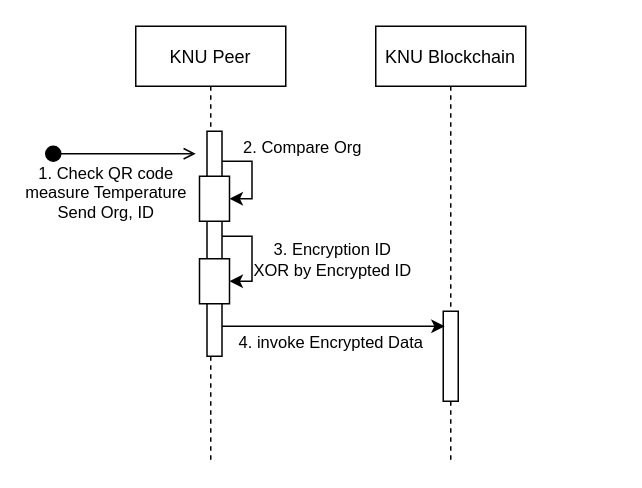
Above: page "check same org" (2 of 3) of Sequence Diagram.drawio in GunhyungKim/TrackingSystem (draw.io), before the change. Source tidied: cells renumbered, new cells numbered last; positions are measured from the earlier drawing's top-left corner, leaving out a move shared by most shapes. Both pictures are drawn from the tidied source at 150%, with x=0, y=0 at pixel (45, 26).
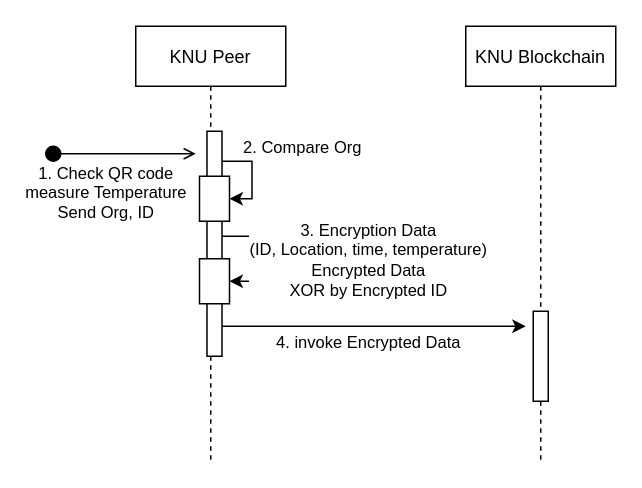
The same diagram, later.

The change refers to these unchanged cells:
```xml
<mxCell id="10" style="edgeStyle=orthogonalEdgeStyle;rounded=0;jettySize=auto;html=1;entryX=1;entryY=0.5;entryDx=0;entryDy=0;" parent="1" edge="1" source="12" target="14">
  <mxGeometry relative="1" as="geometry">
    <Array as="points">
      <mxPoint x="137.5" y="140" />
      <mxPoint x="137.5" y="170" />
    </Array>
  </mxGeometry>
</mxCell>
<mxCell id="12" style="rounded=0;whiteSpace=wrap;html=1;" parent="1" vertex="1">
  <mxGeometry x="107.5" y="70" width="10" height="150" as="geometry" />
</mxCell>
```

Change to the diagram source:
```diff
@@
     <mxCell id="2" value="KNU Blockchain" style="shape=umlLifeline;perimeter=lifelinePerimeter;rounded=0;shadow=0;strokeWidth=1;" parent="1" vertex="1">
-      <mxGeometry x="220" width="100" height="290" as="geometry" />
+      <mxGeometry x="280" width="100" height="290" as="geometry" />
     </mxCell>
@@
-    <mxCell id="11" value="3. Encryption ID&lt;br&gt;XOR by Encrypted ID" style="edgeLabel;html=1;align=center;verticalAlign=middle;" parent="10" vertex="1">
+    <mxCell id="11" value="3. Encryption Data&lt;br&gt;(ID, Location, time, temperature)&lt;br&gt;Encrypted Data&lt;br&gt;XOR by Encrypted ID" style="edgeLabel;html=1;align=center;verticalAlign=middle;" parent="10" vertex="1">
       <mxGeometry x="-0.39" y="-3" relative="1" as="geometry">
-        <mxPoint x="55.5" y="15" as="offset" />
+        <mxPoint x="79.5" y="15" as="offset" />
       </mxGeometry>
     </mxCell>
@@
     <mxCell id="15" style="edgeStyle=orthogonalEdgeStyle;rounded=0;jettySize=auto;html=1;" parent="1" edge="1" source="12">
       <mxGeometry relative="1" as="geometry">
-        <mxPoint x="266" y="200" as="targetPoint" />
+        <mxPoint x="320" y="200" as="targetPoint" />
         <Array as="points">
           <mxPoint x="266" y="200" />
         </Array>
       </mxGeometry>
     </mxCell>
     <mxCell id="16" value="4. invoke Encrypted Data" style="edgeLabel;html=1;align=center;verticalAlign=middle;" parent="15" vertex="1">
       <mxGeometry x="-0.39" y="-3" relative="1" as="geometry">
-        <mxPoint x="26.7" y="7" as="offset" />
+        <mxPoint x="34.5" y="7" as="offset" />
       </mxGeometry>
     </mxCell>
```
